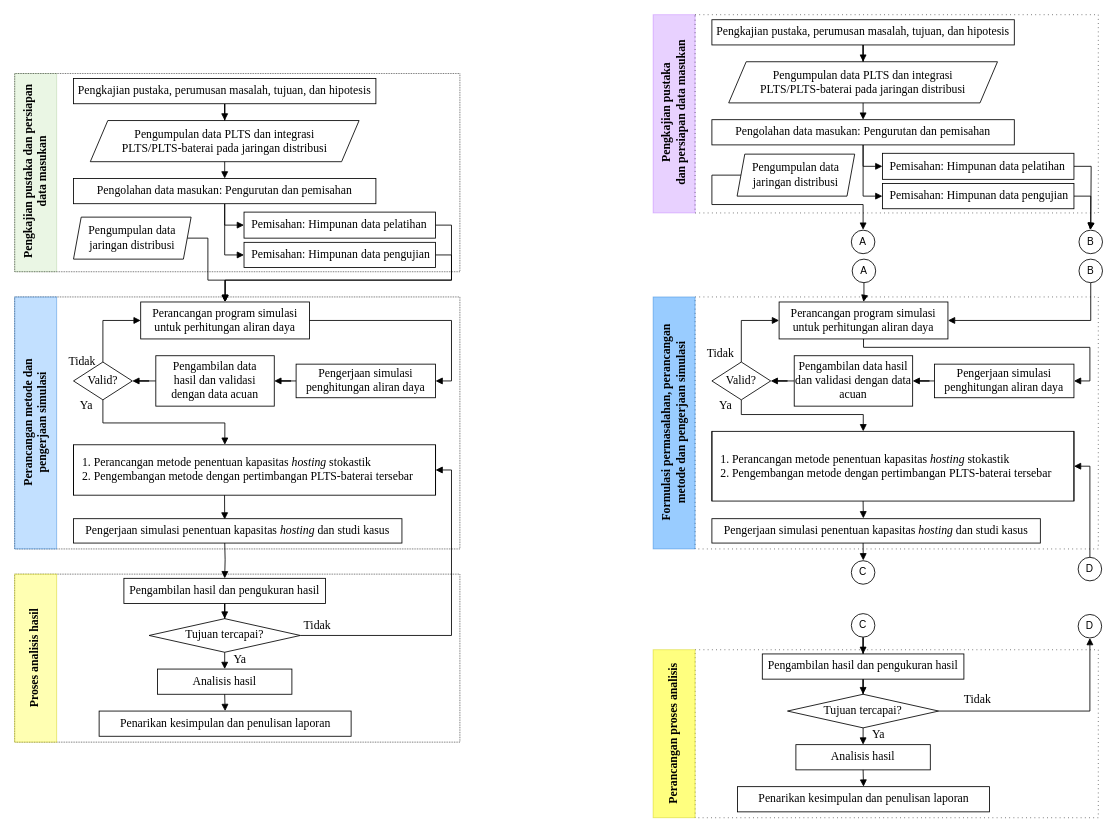
wijayayatmaja/disertasidoktordtetiugm keeps this draw.io diagram as before figure/fcpenelitian.drawio. Above is the earlier version. Source tidied: cells renumbered, new cells numbered last; positions are measured from the earlier drawing's top-left corner, leaving out a move shared by most shapes. Both pictures are drawn from the tidied source at 84%, with x=0, y=0 at pixel (-58, 14).
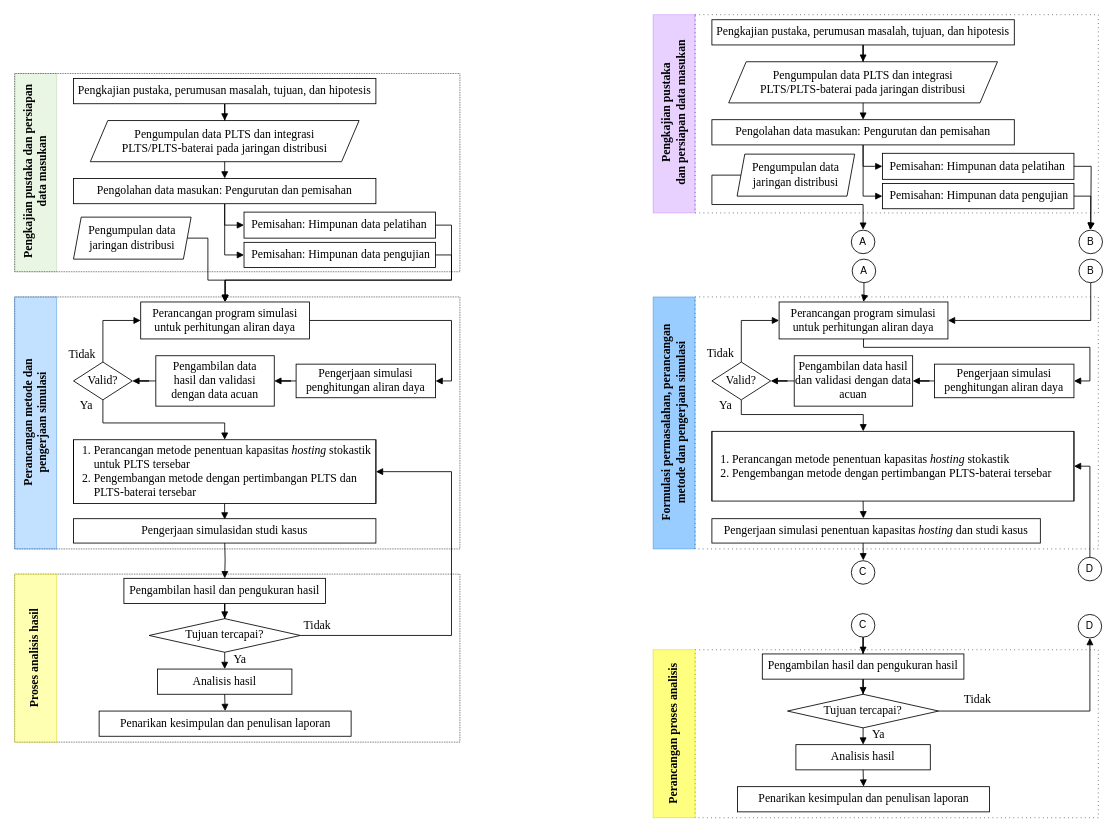
Above is the later version.

Unchanged cells that the change refers to:
```xml
<mxCell id="22" value="Tujuan tercapai?" style="rhombus;whiteSpace=wrap;html=1;fontFamily=Times New Roman;fontSize=14;" parent="1" vertex="1">
  <mxGeometry x="246" y="719" width="180" height="40" as="geometry" />
</mxCell>
<mxCell id="41" value="Valid?" style="rhombus;whiteSpace=wrap;html=1;fontFamily=Times New Roman;fontSize=14;" parent="1" vertex="1">
  <mxGeometry x="156" y="413.5" width="70" height="45" as="geometry" />
</mxCell>
```

Diff of the diagram source:
```diff
@@
     <mxCell id="21" style="edgeStyle=orthogonalEdgeStyle;rounded=0;jettySize=auto;html=1;endArrow=block;endFill=1;fontFamily=Times New Roman;fontSize=14;entryX=1;entryY=0.5;entryDx=0;entryDy=0;exitX=1;exitY=0.5;exitDx=0;exitDy=0;" parent="1" edge="1" source="22" target="107">
       <mxGeometry relative="1" as="geometry">
         <Array as="points">
           <mxPoint x="606" y="739" />
-          <mxPoint x="606" y="542" />
+          <mxPoint x="606" y="544" />
         </Array>
       </mxGeometry>
     </mxCell>
@@
-    <mxCell id="39" style="edgeStyle=orthogonalEdgeStyle;rounded=0;jettySize=auto;html=1;entryX=0.418;entryY=0;entryDx=0;entryDy=0;entryPerimeter=0;endArrow=block;endFill=1;" parent="1" edge="1" source="41" target="107">
+    <mxCell id="39" style="edgeStyle=orthogonalEdgeStyle;rounded=0;jettySize=auto;html=1;entryX=0.5;entryY=0;entryDx=0;entryDy=0;endArrow=block;endFill=1;" parent="1" edge="1" source="41" target="107">
       <mxGeometry relative="1" as="geometry">
         <Array as="points">
           <mxPoint x="191" y="486" />
           <mxPoint x="336" y="486" />
         </Array>
       </mxGeometry>
     </mxCell>
@@
     <mxCell id="45" value="Tidak" style="text;html=1;align=center;verticalAlign=middle;fontSize=14;fontFamily=Times New Roman;" parent="1" vertex="1">
-      <mxGeometry x="141" y="403.5" width="50" height="20" as="geometry" />
+      <mxGeometry x="141" y="394.5" width="50" height="20" as="geometry" />
     </mxCell>
@@
-    <mxCell id="106" value="Pengerjaan simulasi penentuan kapasitas &lt;i&gt;hosting &lt;/i&gt;dan studi kasus" style="rounded=0;whiteSpace=wrap;html=1;fontFamily=Times New Roman;fontSize=14;" parent="1" vertex="1">
-      <mxGeometry x="156" y="600" width="391" height="29" as="geometry" />
+    <mxCell id="106" value="Pengerjaan simulasidan studi kasus" style="rounded=0;whiteSpace=wrap;html=1;fontFamily=Times New Roman;fontSize=14;" parent="1" vertex="1">
+      <mxGeometry x="156" y="600" width="360" height="29" as="geometry" />
     </mxCell>
-    <mxCell id="107" value="&lt;font face=&quot;Times New Roman&quot; style=&quot;font-size: 14px&quot;&gt;&amp;nbsp;1. Perancangan metode penentuan kapasitas &lt;i&gt;hosting &lt;/i&gt;stokastik&lt;/font&gt;&lt;br style=&quot;font-size: 14px&quot;&gt;&amp;nbsp;2.&lt;span style=&quot;font-family: &amp;#34;times new roman&amp;#34; ; font-size: 14px&quot;&gt;&amp;nbsp;&lt;/span&gt;&lt;font face=&quot;times new roman&quot;&gt;Pengembangan metode dengan pertimbangan PLTS-baterai tersebar&lt;/font&gt;" style="shape=process;whiteSpace=wrap;html=1;backgroundOutline=1;fontFamily=Times New Roman;fontSize=14;align=left;size=0;spacing=7;" parent="1" vertex="1">
-      <mxGeometry x="156" y="512" width="431" height="60" as="geometry" />
+    <mxCell id="107" value="&lt;font face=&quot;Times New Roman&quot; style=&quot;font-size: 14px&quot;&gt;&amp;nbsp;1. Perancangan metode penentuan kapasitas &lt;i&gt;hosting &lt;/i&gt;stokastik&lt;br&gt;&amp;nbsp; &amp;nbsp; &amp;nbsp;untuk PLTS tersebar&lt;/font&gt;&lt;br style=&quot;font-size: 14px&quot;&gt;&amp;nbsp;2.&lt;span style=&quot;font-family: &amp;#34;times new roman&amp;#34; ; font-size: 14px&quot;&gt;&amp;nbsp;&lt;/span&gt;&lt;font face=&quot;times new roman&quot;&gt;Pengembangan metode dengan pertimbangan PLTS dan&lt;br&gt;&amp;nbsp; &amp;nbsp; &amp;nbsp;PLTS-baterai tersebar&lt;/font&gt;" style="shape=process;whiteSpace=wrap;html=1;backgroundOutline=1;fontFamily=Times New Roman;fontSize=14;align=left;size=0;spacing=7;" parent="1" vertex="1">
+      <mxGeometry x="156" y="506" width="360" height="76" as="geometry" />
     </mxCell>
```
